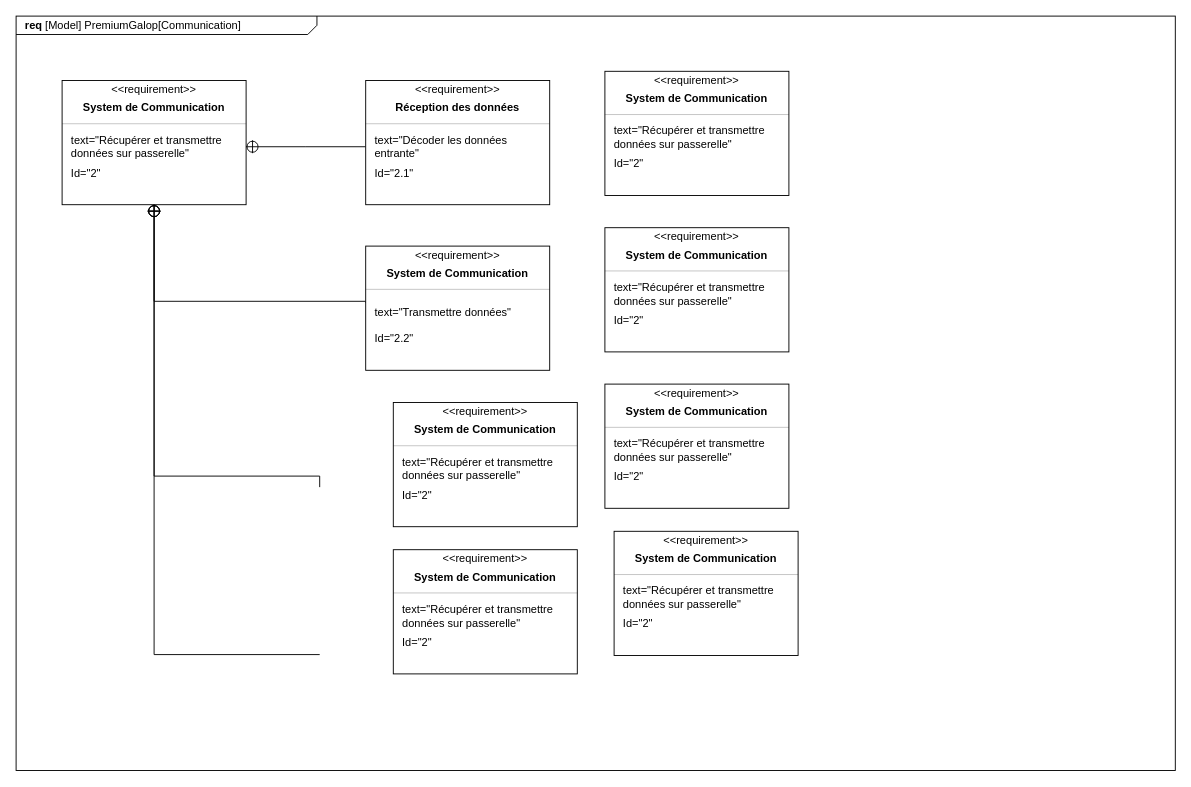
Before: SYSML/D-Requirement_communication-T/D-Requirement_communication-T1.drawio in ToGen49/Hippodrome, a draw.io diagram. Source tidied: cells renumbered, new cells numbered last; positions are measured from the earlier drawing's top-left corner, leaving out a move shared by most shapes. Both pictures are drawn from the tidied source at 92%, with x=0, y=0 at pixel (16, 16).
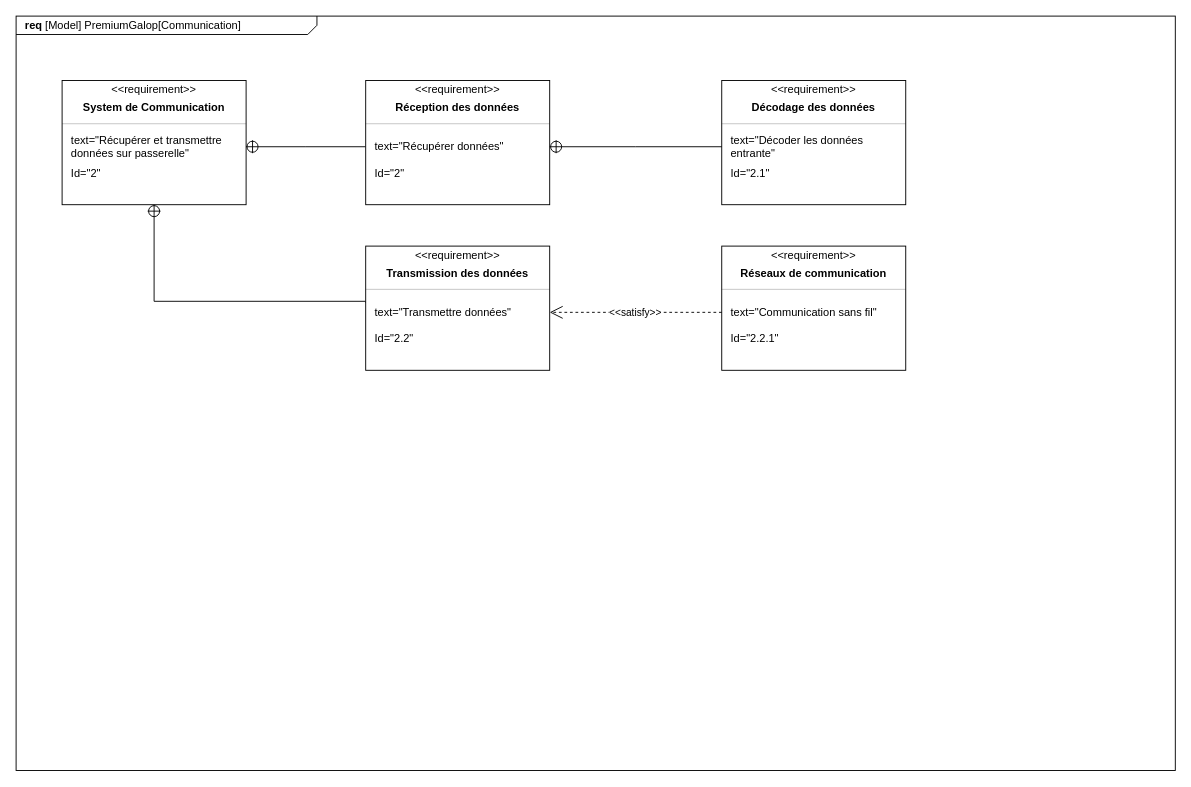
Above is the later version.

Commit message:
Mettre à jour D-Requirement_communication-T1.drawio

Unchanged cells that the change refers to:
```xml
<mxCell id="7" value="text=&quot;Récupérer et transmettre données sur passerelle&quot;" style="html=1;align=left;spacing=0;verticalAlign=middle;strokeColor=none;fillColor=none;whiteSpace=wrap;spacingLeft=10;" parent="3" vertex="1">
  <mxGeometry y="51" width="200" height="42" as="geometry" />
</mxCell>
<mxCell id="9" style="html=1;align=center;spacing=0;verticalAlign=middle;strokeColor=none;fillColor=none;whiteSpace=wrap;" parent="3" vertex="1">
  <mxGeometry y="109" width="200" height="26" as="geometry" />
</mxCell>
<mxCell id="18" value="text=&quot;Décoder les données entrante&quot;" style="html=1;align=left;spacing=0;verticalAlign=middle;strokeColor=none;fillColor=none;whiteSpace=wrap;spacingLeft=10;" parent="14" vertex="1">
  <mxGeometry y="51" width="200" height="42" as="geometry" />
</mxCell>
<mxCell id="21" style="fontStyle=1;align=center;verticalAlign=middle;horizontal=1;" parent="1" vertex="1">
  <mxGeometry x="380" y="250" width="200" height="135" as="geometry" />
</mxCell>
<mxCell id="25" value="text=&quot;Transmettre données&quot;" style="html=1;align=left;spacing=0;verticalAlign=middle;strokeColor=none;fillColor=none;whiteSpace=wrap;spacingLeft=10;" parent="21" vertex="1">
  <mxGeometry y="51" width="200" height="42" as="geometry" />
</mxCell>
```

Diff of the diagram source:
```diff
@@
-    <mxCell id="10" style="rounded=0;html=1;labelBackgroundColor=none;endArrow=none;edgeStyle=elbowEdgeStyle;elbow=vertical;startArrow=sysMLPackCont;startSize=12;exitX=1;exitY=0.5;exitDx=0;exitDy=0;entryX=0;entryY=0.5;entryDx=0;entryDy=0;" parent="1" edge="1" source="7" target="18">
+    <mxCell id="10" style="rounded=0;html=1;labelBackgroundColor=none;endArrow=none;edgeStyle=elbowEdgeStyle;elbow=vertical;startArrow=sysMLPackCont;startSize=12;exitX=1;exitY=0.5;exitDx=0;exitDy=0;entryX=0;entryY=0.5;entryDx=0;entryDy=0;" parent="1" edge="1" source="7" target="46">
       <mxGeometry relative="1" as="geometry" />
     </mxCell>
@@
-    <mxCell id="12" style="rounded=0;html=1;labelBackgroundColor=none;endArrow=none;edgeStyle=elbowEdgeStyle;elbow=vertical;startArrow=sysMLPackCont;startSize=12;entryX=0;entryY=0.5;entryDx=0;entryDy=0;exitX=0.5;exitY=1;exitDx=0;exitDy=0;" parent="1" edge="1" source="9">
-      <mxGeometry relative="1" as="geometry">
-        <mxPoint x="330" y="512" as="targetPoint" />
-        <Array as="points">
-          <mxPoint x="240" y="500" />
-        </Array>
-      </mxGeometry>
-    </mxCell>
-    <mxCell id="13" style="rounded=0;html=1;labelBackgroundColor=none;endArrow=none;edgeStyle=elbowEdgeStyle;elbow=vertical;startArrow=sysMLPackCont;startSize=12;entryX=0;entryY=0.5;entryDx=0;entryDy=0;exitX=0.5;exitY=1;exitDx=0;exitDy=0;" parent="1" edge="1" source="9">
-      <mxGeometry relative="1" as="geometry">
-        <mxPoint x="330" y="694" as="targetPoint" />
-        <Array as="points">
-          <mxPoint x="240" y="694" />
-        </Array>
-      </mxGeometry>
-    </mxCell>
     <mxCell id="14" style="fontStyle=1;align=center;verticalAlign=middle;horizontal=1;" parent="1" vertex="1">
-      <mxGeometry x="380" y="70" width="200" height="135" as="geometry" />
+      <mxGeometry x="767" y="70" width="200" height="135" as="geometry" />
     </mxCell>
@@
-    <mxCell id="16" value="Réception des données" style="html=1;align=center;spacing=0;verticalAlign=middle;strokeColor=none;fillColor=none;whiteSpace=wrap;fontStyle=1;" parent="14" vertex="1">
+    <mxCell id="16" value="Décodage des données" style="html=1;align=center;spacing=0;verticalAlign=middle;strokeColor=none;fillColor=none;whiteSpace=wrap;fontStyle=1;" parent="14" vertex="1">
       <mxGeometry y="16" width="200" height="27" as="geometry" />
     </mxCell>
@@
-    <mxCell id="23" value="System de Communication" style="html=1;align=center;spacing=0;verticalAlign=middle;strokeColor=none;fillColor=none;whiteSpace=wrap;fontStyle=1;" parent="21" vertex="1">
+    <mxCell id="23" value="Transmission des données" style="html=1;align=center;spacing=0;verticalAlign=middle;strokeColor=none;fillColor=none;whiteSpace=wrap;fontStyle=1;" parent="21" vertex="1">
       <mxGeometry y="16" width="200" height="27" as="geometry" />
     </mxCell>
@@
-    <mxCell id="28" style="fontStyle=1;align=center;verticalAlign=middle;horizontal=1;" parent="1" vertex="1">
-      <mxGeometry x="410" y="420" width="200" height="135" as="geometry" />
-    </mxCell>
-    <mxCell id="29" value="&amp;lt;&amp;lt;requirement&amp;gt;&amp;gt;" style="html=1;align=center;spacing=0;verticalAlign=middle;strokeColor=none;fillColor=none;whiteSpace=wrap;spacingTop=3;" parent="28" vertex="1">
-      <mxGeometry width="200" height="16" as="geometry" />
-    </mxCell>
-    <mxCell id="30" value="System de Communication" style="html=1;align=center;spacing=0;verticalAlign=middle;strokeColor=none;fillColor=none;whiteSpace=wrap;fontStyle=1;" parent="28" vertex="1">
-      <mxGeometry y="16" width="200" height="27" as="geometry" />
-    </mxCell>
-    <mxCell id="31" style="line;strokeWidth=0.25;fillColor=none;align=left;verticalAlign=middle;spacingTop=-1;spacingLeft=3;spacingRight=3;labelPosition=right;" parent="28" vertex="1">
-      <mxGeometry y="43" width="200" height="8" as="geometry" />
-    </mxCell>
-    <mxCell id="32" value="text=&quot;Récupérer et transmettre données sur passerelle&quot;" style="html=1;align=left;spacing=0;verticalAlign=middle;strokeColor=none;fillColor=none;whiteSpace=wrap;spacingLeft=10;" parent="28" vertex="1">
-      <mxGeometry y="51" width="200" height="42" as="geometry" />
-    </mxCell>
-    <mxCell id="33" value="Id=&quot;2&lt;span style=&quot;background-color: transparent; color: light-dark(rgb(0, 0, 0), rgb(255, 255, 255));&quot;&gt;&quot;&lt;/span&gt;" style="html=1;align=left;spacing=0;verticalAlign=middle;strokeColor=none;fillColor=none;whiteSpace=wrap;spacingLeft=10;" parent="28" vertex="1">
-      <mxGeometry y="93" width="200" height="16" as="geometry" />
-    </mxCell>
-    <mxCell id="34" style="html=1;align=center;spacing=0;verticalAlign=middle;strokeColor=none;fillColor=none;whiteSpace=wrap;" parent="28" vertex="1">
-      <mxGeometry y="109" width="200" height="26" as="geometry" />
-    </mxCell>
-    <mxCell id="35" style="fontStyle=1;align=center;verticalAlign=middle;horizontal=1;" parent="1" vertex="1">
-      <mxGeometry x="410" y="580" width="200" height="135" as="geometry" />
-    </mxCell>
-    <mxCell id="36" value="&amp;lt;&amp;lt;requirement&amp;gt;&amp;gt;" style="html=1;align=center;spacing=0;verticalAlign=middle;strokeColor=none;fillColor=none;whiteSpace=wrap;spacingTop=3;" parent="35" vertex="1">
-      <mxGeometry width="200" height="16" as="geometry" />
-    </mxCell>
-    <mxCell id="37" value="System de Communication" style="html=1;align=center;spacing=0;verticalAlign=middle;strokeColor=none;fillColor=none;whiteSpace=wrap;fontStyle=1;" parent="35" vertex="1">
-      <mxGeometry y="16" width="200" height="27" as="geometry" />
-    </mxCell>
-    <mxCell id="38" style="line;strokeWidth=0.25;fillColor=none;align=left;verticalAlign=middle;spacingTop=-1;spacingLeft=3;spacingRight=3;labelPosition=right;" parent="35" vertex="1">
-      <mxGeometry y="43" width="200" height="8" as="geometry" />
-    </mxCell>
-    <mxCell id="39" value="text=&quot;Récupérer et transmettre données sur passerelle&quot;" style="html=1;align=left;spacing=0;verticalAlign=middle;strokeColor=none;fillColor=none;whiteSpace=wrap;spacingLeft=10;" parent="35" vertex="1">
-      <mxGeometry y="51" width="200" height="42" as="geometry" />
-    </mxCell>
-    <mxCell id="40" value="Id=&quot;2&lt;span style=&quot;background-color: transparent; color: light-dark(rgb(0, 0, 0), rgb(255, 255, 255));&quot;&gt;&quot;&lt;/span&gt;" style="html=1;align=left;spacing=0;verticalAlign=middle;strokeColor=none;fillColor=none;whiteSpace=wrap;spacingLeft=10;" parent="35" vertex="1">
-      <mxGeometry y="93" width="200" height="16" as="geometry" />
-    </mxCell>
-    <mxCell id="41" style="html=1;align=center;spacing=0;verticalAlign=middle;strokeColor=none;fillColor=none;whiteSpace=wrap;" parent="35" vertex="1">
-      <mxGeometry y="109" width="200" height="26" as="geometry" />
-    </mxCell>
     <mxCell id="42" style="fontStyle=1;align=center;verticalAlign=middle;horizontal=1;" parent="1" vertex="1">
-      <mxGeometry x="640" y="60" width="200" height="135" as="geometry" />
+      <mxGeometry x="380" y="70" width="200" height="135" as="geometry" />
     </mxCell>
@@
-    <mxCell id="44" value="System de Communication" style="html=1;align=center;spacing=0;verticalAlign=middle;strokeColor=none;fillColor=none;whiteSpace=wrap;fontStyle=1;" parent="42" vertex="1">
+    <mxCell id="44" value="Réception des données" style="html=1;align=center;spacing=0;verticalAlign=middle;strokeColor=none;fillColor=none;whiteSpace=wrap;fontStyle=1;" parent="42" vertex="1">
       <mxGeometry y="16" width="200" height="27" as="geometry" />
     </mxCell>
@@
-    <mxCell id="46" value="text=&quot;Récupérer et transmettre données sur passerelle&quot;" style="html=1;align=left;spacing=0;verticalAlign=middle;strokeColor=none;fillColor=none;whiteSpace=wrap;spacingLeft=10;" parent="42" vertex="1">
+    <mxCell id="46" value="text=&quot;Récupérer données&quot;" style="html=1;align=left;spacing=0;verticalAlign=middle;strokeColor=none;fillColor=none;whiteSpace=wrap;spacingLeft=10;" parent="42" vertex="1">
       <mxGeometry y="51" width="200" height="42" as="geometry" />
     </mxCell>
@@
-    <mxCell id="49" style="fontStyle=1;align=center;verticalAlign=middle;horizontal=1;" parent="1" vertex="1">
-      <mxGeometry x="640" y="230" width="200" height="135" as="geometry" />
-    </mxCell>
-    <mxCell id="50" value="&amp;lt;&amp;lt;requirement&amp;gt;&amp;gt;" style="html=1;align=center;spacing=0;verticalAlign=middle;strokeColor=none;fillColor=none;whiteSpace=wrap;spacingTop=3;" parent="49" vertex="1">
-      <mxGeometry width="200" height="16" as="geometry" />
-    </mxCell>
-    <mxCell id="51" value="System de Communication" style="html=1;align=center;spacing=0;verticalAlign=middle;strokeColor=none;fillColor=none;whiteSpace=wrap;fontStyle=1;" parent="49" vertex="1">
-      <mxGeometry y="16" width="200" height="27" as="geometry" />
-    </mxCell>
-    <mxCell id="52" style="line;strokeWidth=0.25;fillColor=none;align=left;verticalAlign=middle;spacingTop=-1;spacingLeft=3;spacingRight=3;labelPosition=right;" parent="49" vertex="1">
-      <mxGeometry y="43" width="200" height="8" as="geometry" />
-    </mxCell>
-    <mxCell id="53" value="text=&quot;Récupérer et transmettre données sur passerelle&quot;" style="html=1;align=left;spacing=0;verticalAlign=middle;strokeColor=none;fillColor=none;whiteSpace=wrap;spacingLeft=10;" parent="49" vertex="1">
-      <mxGeometry y="51" width="200" height="42" as="geometry" />
-    </mxCell>
-    <mxCell id="54" value="Id=&quot;2&lt;span style=&quot;background-color: transparent; color: light-dark(rgb(0, 0, 0), rgb(255, 255, 255));&quot;&gt;&quot;&lt;/span&gt;" style="html=1;align=left;spacing=0;verticalAlign=middle;strokeColor=none;fillColor=none;whiteSpace=wrap;spacingLeft=10;" parent="49" vertex="1">
-      <mxGeometry y="93" width="200" height="16" as="geometry" />
-    </mxCell>
-    <mxCell id="55" style="html=1;align=center;spacing=0;verticalAlign=middle;strokeColor=none;fillColor=none;whiteSpace=wrap;" parent="49" vertex="1">
-      <mxGeometry y="109" width="200" height="26" as="geometry" />
-    </mxCell>
-    <mxCell id="56" style="fontStyle=1;align=center;verticalAlign=middle;horizontal=1;" parent="1" vertex="1">
-      <mxGeometry x="640" y="400" width="200" height="135" as="geometry" />
-    </mxCell>
-    <mxCell id="57" value="&amp;lt;&amp;lt;requirement&amp;gt;&amp;gt;" style="html=1;align=center;spacing=0;verticalAlign=middle;strokeColor=none;fillColor=none;whiteSpace=wrap;spacingTop=3;" parent="56" vertex="1">
-      <mxGeometry width="200" height="16" as="geometry" />
-    </mxCell>
-    <mxCell id="58" value="System de Communication" style="html=1;align=center;spacing=0;verticalAlign=middle;strokeColor=none;fillColor=none;whiteSpace=wrap;fontStyle=1;" parent="56" vertex="1">
-      <mxGeometry y="16" width="200" height="27" as="geometry" />
-    </mxCell>
-    <mxCell id="59" style="line;strokeWidth=0.25;fillColor=none;align=left;verticalAlign=middle;spacingTop=-1;spacingLeft=3;spacingRight=3;labelPosition=right;" parent="56" vertex="1">
-      <mxGeometry y="43" width="200" height="8" as="geometry" />
-    </mxCell>
-    <mxCell id="60" value="text=&quot;Récupérer et transmettre données sur passerelle&quot;" style="html=1;align=left;spacing=0;verticalAlign=middle;strokeColor=none;fillColor=none;whiteSpace=wrap;spacingLeft=10;" parent="56" vertex="1">
-      <mxGeometry y="51" width="200" height="42" as="geometry" />
-    </mxCell>
-    <mxCell id="61" value="Id=&quot;2&lt;span style=&quot;background-color: transparent; color: light-dark(rgb(0, 0, 0), rgb(255, 255, 255));&quot;&gt;&quot;&lt;/span&gt;" style="html=1;align=left;spacing=0;verticalAlign=middle;strokeColor=none;fillColor=none;whiteSpace=wrap;spacingLeft=10;" parent="56" vertex="1">
-      <mxGeometry y="93" width="200" height="16" as="geometry" />
-    </mxCell>
-    <mxCell id="62" style="html=1;align=center;spacing=0;verticalAlign=middle;strokeColor=none;fillColor=none;whiteSpace=wrap;" parent="56" vertex="1">
-      <mxGeometry y="109" width="200" height="26" as="geometry" />
-    </mxCell>
-    <mxCell id="63" style="fontStyle=1;align=center;verticalAlign=middle;horizontal=1;" parent="1" vertex="1">
-      <mxGeometry x="650" y="560" width="200" height="135" as="geometry" />
-    </mxCell>
-    <mxCell id="64" value="&amp;lt;&amp;lt;requirement&amp;gt;&amp;gt;" style="html=1;align=center;spacing=0;verticalAlign=middle;strokeColor=none;fillColor=none;whiteSpace=wrap;spacingTop=3;" parent="63" vertex="1">
-      <mxGeometry width="200" height="16" as="geometry" />
-    </mxCell>
-    <mxCell id="65" value="System de Communication" style="html=1;align=center;spacing=0;verticalAlign=middle;strokeColor=none;fillColor=none;whiteSpace=wrap;fontStyle=1;" parent="63" vertex="1">
-      <mxGeometry y="16" width="200" height="27" as="geometry" />
-    </mxCell>
-    <mxCell id="66" style="line;strokeWidth=0.25;fillColor=none;align=left;verticalAlign=middle;spacingTop=-1;spacingLeft=3;spacingRight=3;labelPosition=right;" parent="63" vertex="1">
-      <mxGeometry y="43" width="200" height="8" as="geometry" />
-    </mxCell>
-    <mxCell id="67" value="text=&quot;Récupérer et transmettre données sur passerelle&quot;" style="html=1;align=left;spacing=0;verticalAlign=middle;strokeColor=none;fillColor=none;whiteSpace=wrap;spacingLeft=10;" parent="63" vertex="1">
-      <mxGeometry y="51" width="200" height="42" as="geometry" />
-    </mxCell>
-    <mxCell id="68" value="Id=&quot;2&lt;span style=&quot;background-color: transparent; color: light-dark(rgb(0, 0, 0), rgb(255, 255, 255));&quot;&gt;&quot;&lt;/span&gt;" style="html=1;align=left;spacing=0;verticalAlign=middle;strokeColor=none;fillColor=none;whiteSpace=wrap;spacingLeft=10;" parent="63" vertex="1">
-      <mxGeometry y="93" width="200" height="16" as="geometry" />
-    </mxCell>
-    <mxCell id="69" style="html=1;align=center;spacing=0;verticalAlign=middle;strokeColor=none;fillColor=none;whiteSpace=wrap;" parent="63" vertex="1">
-      <mxGeometry y="109" width="200" height="26" as="geometry" />
-    </mxCell>
+    <mxCell id="70" style="rounded=0;html=1;labelBackgroundColor=none;endArrow=none;edgeStyle=elbowEdgeStyle;elbow=vertical;startArrow=sysMLPackCont;startSize=12;exitX=1;exitY=0.5;exitDx=0;exitDy=0;entryX=0;entryY=0.5;entryDx=0;entryDy=0;" parent="1" edge="1" source="46" target="18">
+      <mxGeometry relative="1" as="geometry" />
+    </mxCell>
+    <mxCell id="71" style="fontStyle=1;align=center;verticalAlign=middle;horizontal=1;" parent="1" vertex="1">
+      <mxGeometry x="767" y="250" width="200" height="135" as="geometry" />
+    </mxCell>
+    <mxCell id="72" value="&amp;lt;&amp;lt;requirement&amp;gt;&amp;gt;" style="html=1;align=center;spacing=0;verticalAlign=middle;strokeColor=none;fillColor=none;whiteSpace=wrap;spacingTop=3;" parent="71" vertex="1">
+      <mxGeometry width="200" height="16" as="geometry" />
+    </mxCell>
+    <mxCell id="73" value="Réseaux de communication" style="html=1;align=center;spacing=0;verticalAlign=middle;strokeColor=none;fillColor=none;whiteSpace=wrap;fontStyle=1;" parent="71" vertex="1">
+      <mxGeometry y="16" width="200" height="27" as="geometry" />
+    </mxCell>
+    <mxCell id="74" style="line;strokeWidth=0.25;fillColor=none;align=left;verticalAlign=middle;spacingTop=-1;spacingLeft=3;spacingRight=3;labelPosition=right;" parent="71" vertex="1">
+      <mxGeometry y="43" width="200" height="8" as="geometry" />
+    </mxCell>
+    <mxCell id="75" value="text=&quot;Communication sans fil&quot;" style="html=1;align=left;spacing=0;verticalAlign=middle;strokeColor=none;fillColor=none;whiteSpace=wrap;spacingLeft=10;" parent="71" vertex="1">
+      <mxGeometry y="51" width="200" height="42" as="geometry" />
+    </mxCell>
+    <mxCell id="76" value="Id=&quot;2.2.1&lt;span style=&quot;background-color: transparent; color: light-dark(rgb(0, 0, 0), rgb(255, 255, 255));&quot;&gt;&quot;&lt;/span&gt;" style="html=1;align=left;spacing=0;verticalAlign=middle;strokeColor=none;fillColor=none;whiteSpace=wrap;spacingLeft=10;" parent="71" vertex="1">
+      <mxGeometry y="93" width="200" height="16" as="geometry" />
+    </mxCell>
+    <mxCell id="77" style="html=1;align=center;spacing=0;verticalAlign=middle;strokeColor=none;fillColor=none;whiteSpace=wrap;" parent="71" vertex="1">
+      <mxGeometry y="109" width="200" height="26" as="geometry" />
+    </mxCell>
+    <mxCell id="78" value="&amp;lt;&amp;lt;satisfy&amp;gt;&amp;gt;" style="endArrow=open;edgeStyle=none;endSize=12;dashed=1;html=1;rounded=0;exitX=0;exitY=0.5;exitDx=0;exitDy=0;entryX=1;entryY=0.5;entryDx=0;entryDy=0;" parent="1" edge="1" source="75" target="25">
+      <mxGeometry relative="1" as="geometry" />
+    </mxCell>
```
